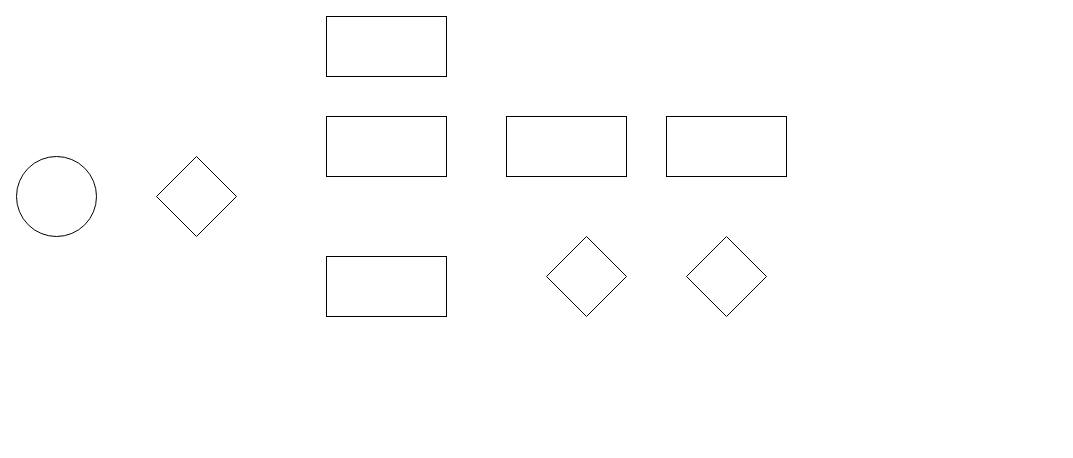
Earlier version of the draw.io diagram McD Flowchart.drawio (Adidash22/Adidash22). Source tidied: cells renumbered, new cells numbered last; positions are measured from the earlier drawing's top-left corner, leaving out a move shared by most shapes. Both pictures are drawn from the tidied source at 100%, with x=0, y=0 at pixel (16, 16).
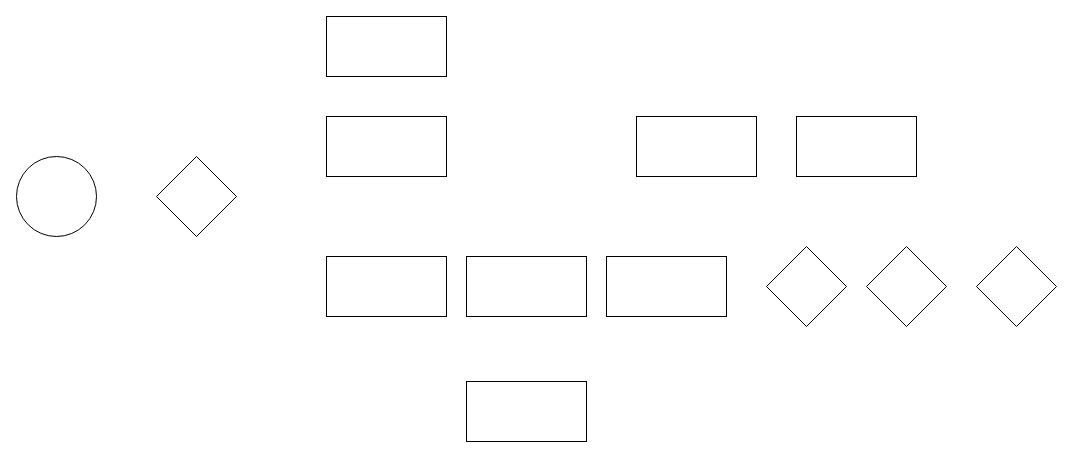
Above is the later version.

Change to the diagram source:
```diff
@@
 <mxGraphModel>
   <root>
     <mxCell id="0" />
     <mxCell id="1" parent="0" />
     <mxCell id="2" style="ellipse;whiteSpace=wrap;html=1;" parent="1" vertex="1">
       <mxGeometry y="140" width="80" height="80" as="geometry" />
     </mxCell>
     <mxCell id="3" style="rhombus;whiteSpace=wrap;html=1;" parent="1" vertex="1">
       <mxGeometry x="140" y="140" width="80" height="80" as="geometry" />
     </mxCell>
     <mxCell id="4" style="rounded=0;whiteSpace=wrap;html=1;" parent="1" vertex="1">
       <mxGeometry x="310" width="120" height="60" as="geometry" />
     </mxCell>
     <mxCell id="5" style="rounded=0;whiteSpace=wrap;html=1;" parent="1" vertex="1">
       <mxGeometry x="310" y="100" width="120" height="60" as="geometry" />
     </mxCell>
     <mxCell id="6" style="rounded=0;whiteSpace=wrap;html=1;" parent="1" vertex="1">
       <mxGeometry x="310" y="240" width="120" height="60" as="geometry" />
     </mxCell>
     <mxCell id="7" style="rounded=0;whiteSpace=wrap;html=1;" parent="1" vertex="1">
-      <mxGeometry x="490" y="100" width="120" height="60" as="geometry" />
+      <mxGeometry x="620" y="100" width="120" height="60" as="geometry" />
     </mxCell>
     <mxCell id="8" style="rounded=0;whiteSpace=wrap;html=1;" parent="1" vertex="1">
-      <mxGeometry x="650" y="100" width="120" height="60" as="geometry" />
+      <mxGeometry x="780" y="100" width="120" height="60" as="geometry" />
     </mxCell>
     <mxCell id="9" style="rhombus;whiteSpace=wrap;html=1;" parent="1" vertex="1">
-      <mxGeometry x="670" y="220" width="80" height="80" as="geometry" />
+      <mxGeometry x="850" y="230" width="80" height="80" as="geometry" />
     </mxCell>
     <mxCell id="10" style="rhombus;whiteSpace=wrap;html=1;" parent="1" vertex="1">
-      <mxGeometry x="530" y="220" width="80" height="80" as="geometry" />
+      <mxGeometry x="750" y="230" width="80" height="80" as="geometry" />
     </mxCell>
+    <mxCell id="11" style="rounded=0;whiteSpace=wrap;html=1;" parent="1" vertex="1">
+      <mxGeometry x="450" y="240" width="120" height="60" as="geometry" />
+    </mxCell>
+    <mxCell id="12" style="rounded=0;whiteSpace=wrap;html=1;" parent="1" vertex="1">
+      <mxGeometry x="590" y="240" width="120" height="60" as="geometry" />
+    </mxCell>
+    <mxCell id="13" style="rounded=0;whiteSpace=wrap;html=1;" parent="1" vertex="1">
+      <mxGeometry x="450" y="365" width="120" height="60" as="geometry" />
+    </mxCell>
+    <mxCell id="14" style="rhombus;whiteSpace=wrap;html=1;" parent="1" vertex="1">
+      <mxGeometry x="960" y="230" width="80" height="80" as="geometry" />
+    </mxCell>
   </root>
 </mxGraphModel>
```
